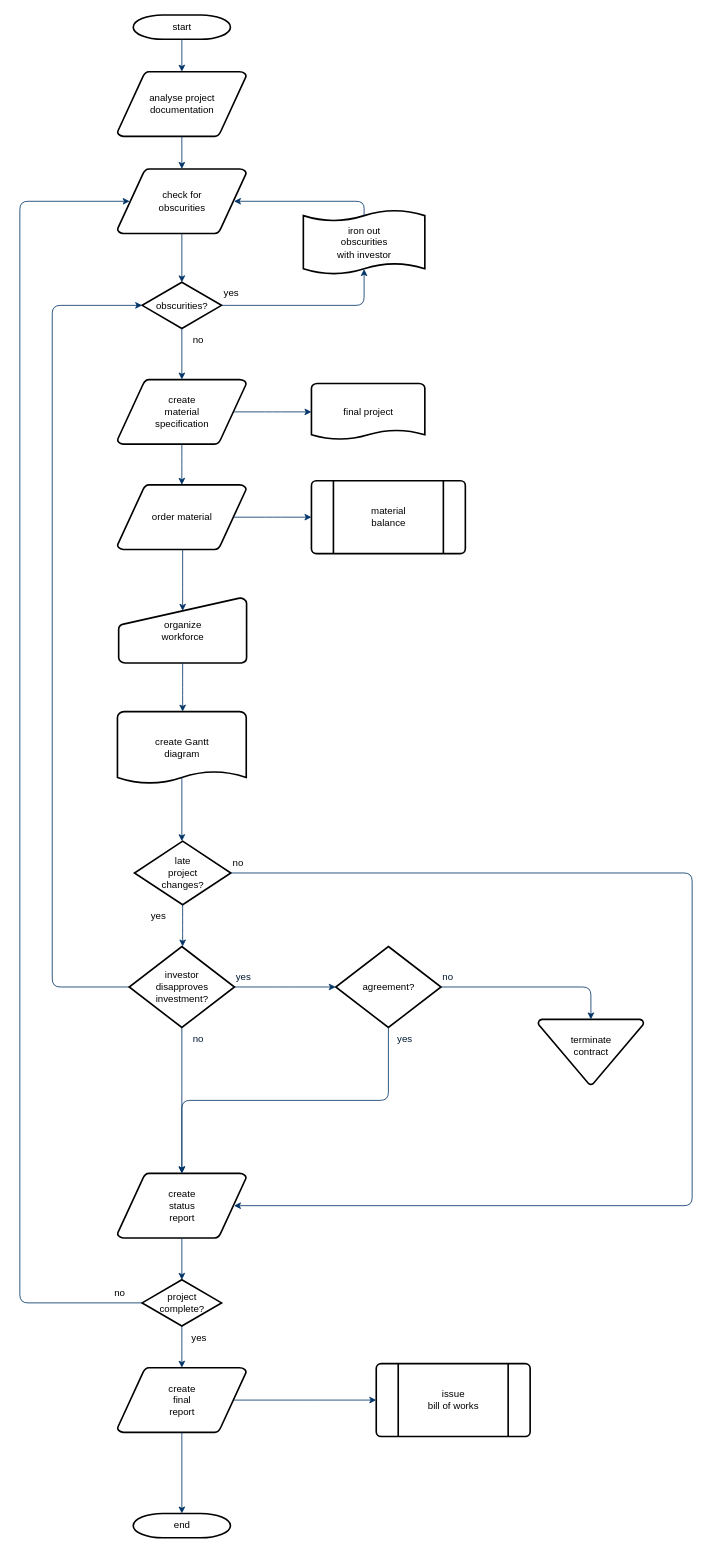
The draw.io diagram Untitled Diagram.drawio in cyb911/worck, before the edit. Source tidied: cells renumbered, new cells numbered last; positions are measured from the earlier drawing's top-left corner, leaving out a move shared by most shapes. Both pictures are drawn from the tidied source at 81%, with x=0, y=0 at pixel (19, 15).
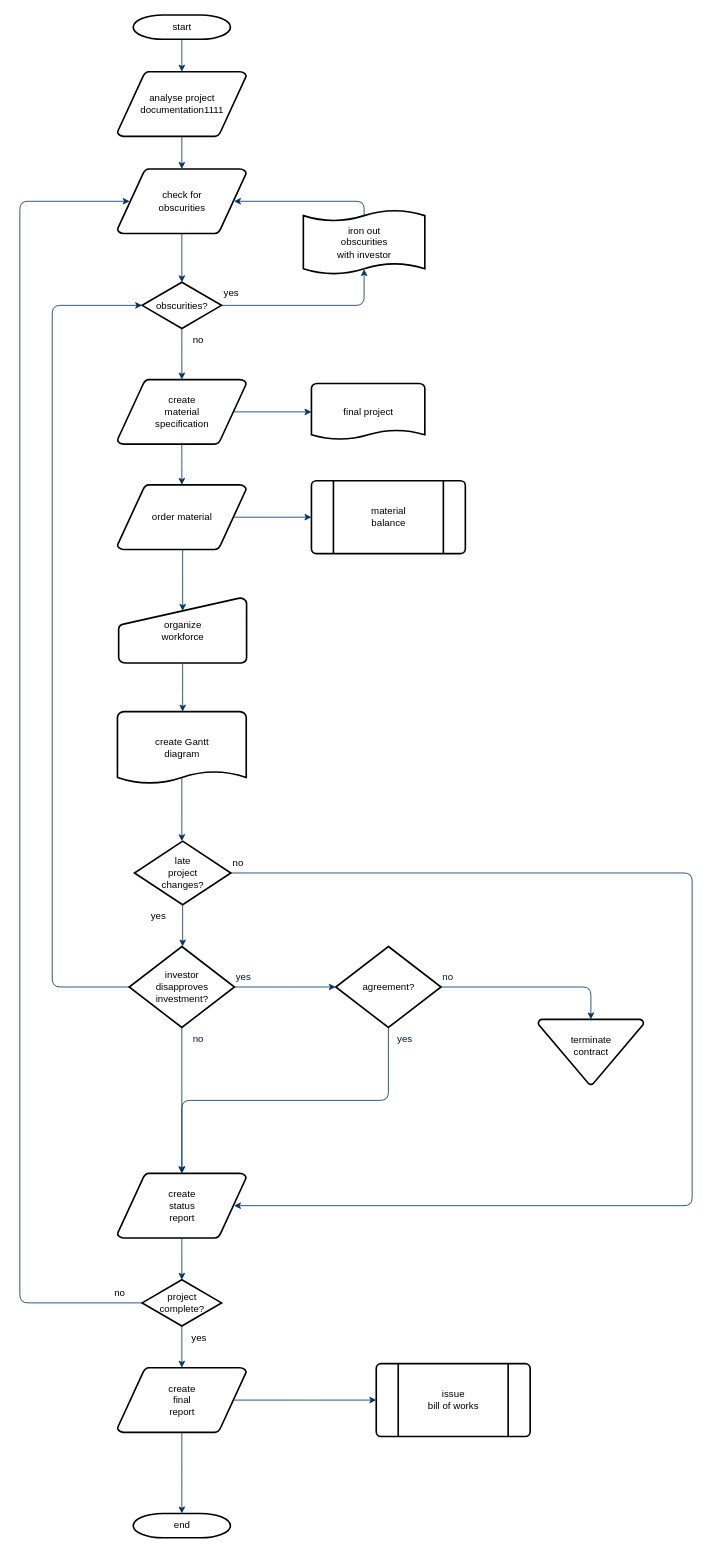
The same page after the edit.

Commit message:
设备点检触发逻辑.drawio

What changed in the source:
```diff
@@
-    <mxCell id="3" value="analyse project&#10; documentation" style="shape=mxgraph.flowchart.data;strokeWidth=2;gradientColor=none;gradientDirection=north;fontStyle=0;html=1;" parent="1" vertex="1">
+    <mxCell id="3" value="analyse project&lt;br&gt; documentation1111" style="shape=mxgraph.flowchart.data;strokeWidth=2;gradientColor=none;gradientDirection=north;fontStyle=0;html=1;" parent="1" vertex="1">
       <mxGeometry x="120.5" y="70" width="159" height="80" as="geometry" />
     </mxCell>
```
